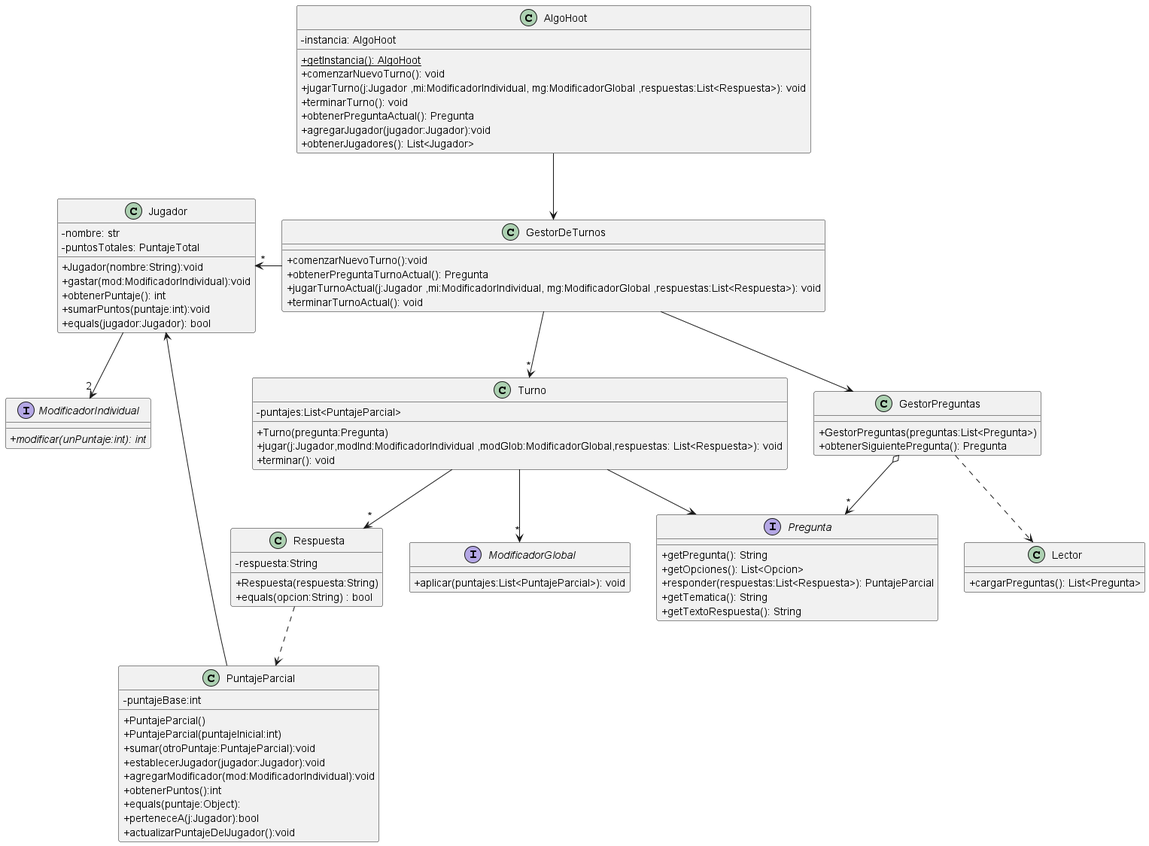
The PlantUML diagram diagrams/classes/entrega0/clasesGenerales.png in fiuba/algo3_proyecto_base_tp2, before a commit.
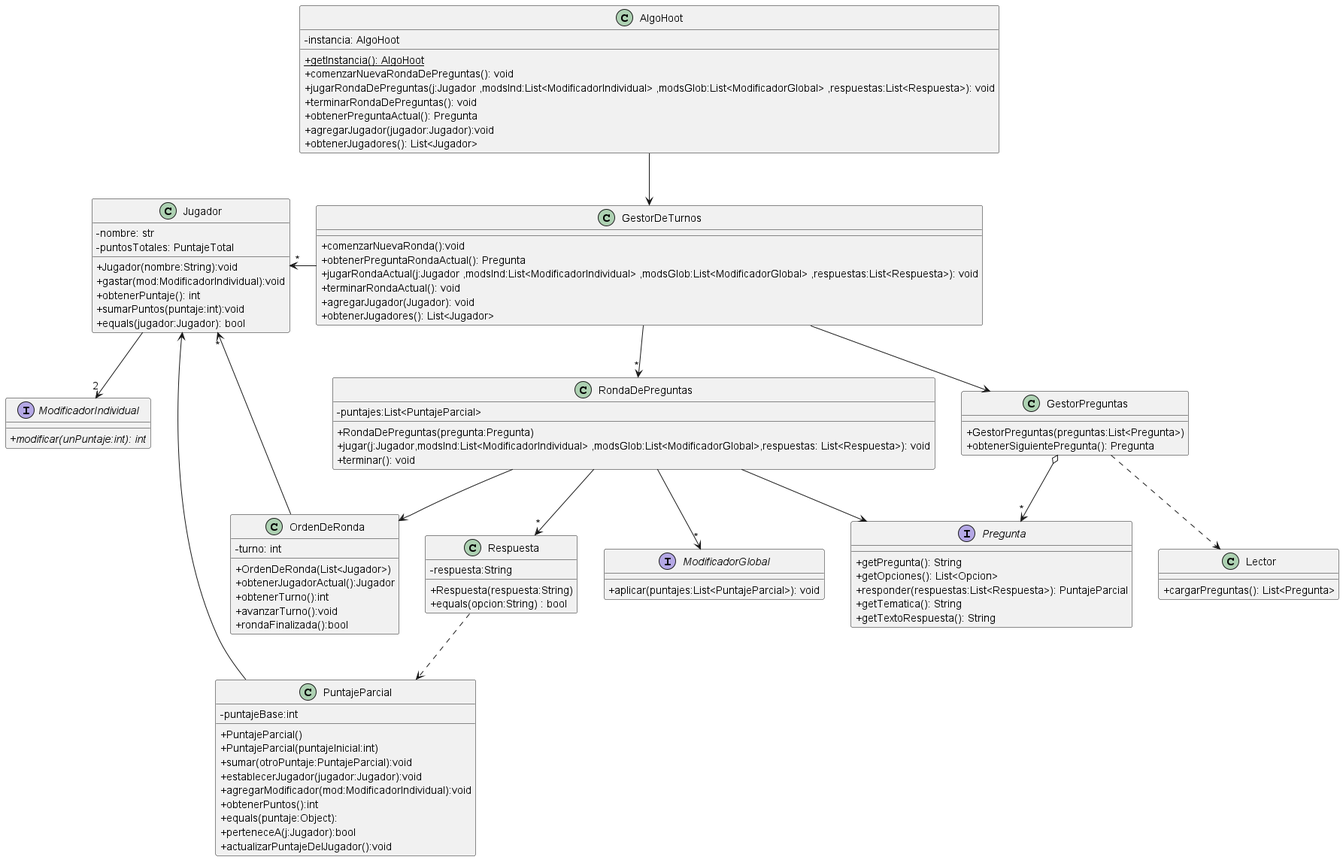
The same diagram one commit later.

Commit message:
Cambio de inicializacion del Gestor de preguntas para evitar multiples catches de excepciones. Cambio al diagrama de clases Agregar excepcion de jugador no esperado en el turno entre otros cambios

What changed in the source:
```diff
@@ -12,17 +12,29 @@
 }
 
 class GestorDeTurnos {
-    +comenzarNuevoTurno():void
-    +obtenerPreguntaTurnoActual(): Pregunta
-    +jugarTurnoActual(j:Jugador ,mi:ModificadorIndividual, mg:ModificadorGlobal ,respuestas:List<Respuesta>): void
-    +terminarTurnoActual(): void
+    +comenzarNuevaRonda():void
+    +obtenerPreguntaRondaActual(): Pregunta
+    +jugarRondaActual(j:Jugador ,modsInd:List<ModificadorIndividual> ,modsGlob:List<ModificadorGlobal> ,respuestas:List<Respuesta>): void
+    +terminarRondaActual(): void
+    +agregarJugador(Jugador): void
+    +obtenerJugadores(): List<Jugador>
 }
 
-class Turno {
+class RondaDePreguntas {
     - puntajes:List<PuntajeParcial>
-    + Turno(pregunta:Pregunta)
-    + jugar(j:Jugador,modInd:ModificadorIndividual ,modGlob:ModificadorGlobal,respuestas: List<Respuesta>): void
+    + RondaDePreguntas(pregunta:Pregunta)
+    + jugar(j:Jugador,modsInd:List<ModificadorIndividual> ,modsGlob:List<ModificadorGlobal>,respuestas: List<Respuesta>): void
     + terminar(): void
+}
+
+class OrdenDeRonda {
+    - turno: int
+    + OrdenDeRonda(List<Jugador>)
+    + obtenerJugadorActual():Jugador
+    + obtenerTurno():int
+    + avanzarTurno():void
+    + rondaFinalizada():bool
+
 }
 
 class GestorPreguntas {
@@ -49,9 +61,9 @@
 class AlgoHoot {
     - instancia: AlgoHoot
     + {static}getInstancia(): AlgoHoot
-    + comenzarNuevoTurno(): void
-    + jugarTurno(j:Jugador ,mi:ModificadorIndividual, mg:ModificadorGlobal ,respuestas:List<Respuesta>): void
-    + terminarTurno(): void
+    + comenzarNuevaRondaDePreguntas(): void
+    + jugarRondaDePreguntas(j:Jugador ,modsInd:List<ModificadorIndividual> ,modsGlob:List<ModificadorGlobal> ,respuestas:List<Respuesta>): void
+    + terminarRondaDePreguntas(): void
     + obtenerPreguntaActual(): Pregunta
     + agregarJugador(jugador:Jugador):void
     + obtenerJugadores(): List<Jugador>
@@ -84,17 +96,20 @@
 
 
 GestorDeTurnos -down-> GestorPreguntas
-GestorDeTurnos -down-> "*" Turno
+GestorDeTurnos -down-> "*" RondaDePreguntas
 GestorPreguntas o-->"*" Pregunta
 GestorPreguntas ..> Lector
-Turno --> Pregunta
-Turno --> "*" Respuesta
+RondaDePreguntas --> Pregunta
+RondaDePreguntas --> "*" Respuesta
+RondaDePreguntas --> OrdenDeRonda
+OrdenDeRonda --> "*" Jugador
 AlgoHoot --> GestorDeTurnos
 GestorDeTurnos -left->"*" Jugador
 PuntajeParcial --> Jugador
 Respuesta ..> PuntajeParcial
 
 Jugador --> "2" ModificadorIndividual
-Turno -->"*" ModificadorGlobal
+RondaDePreguntas -->"*" ModificadorGlobal
+
 
 @enduml
```
